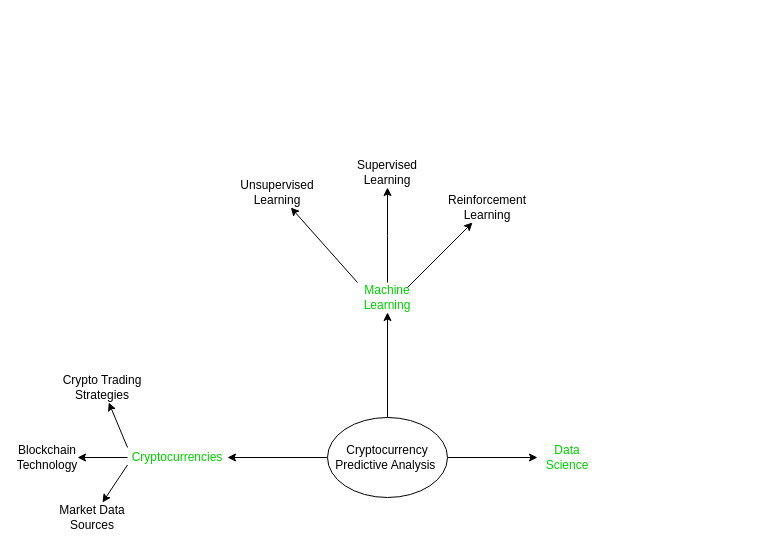
This is Untitled Diagram.drawio from MohamedWardi/Cryptocurrency-Predictive-Analysis, a draw.io file, before an edit. Source tidied: cells renumbered, new cells numbered last; positions are measured from the earlier drawing's top-left corner, leaving out a move shared by most shapes. Both pictures are drawn from the tidied source at 100%, with x=0, y=0 at pixel (17, 157).
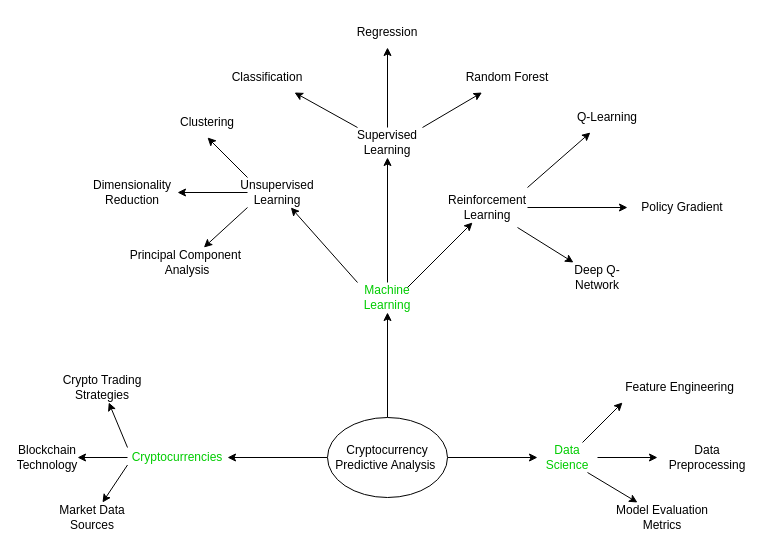
Above is the later version.

Commit message:
Final Research Diagram

The change refers to these unchanged cells:
```xml
<mxCell id="8" value="&lt;font color=&quot;#00cc00&quot;&gt;Data Science&lt;/font&gt;" style="text;html=1;strokeColor=none;fillColor=none;align=center;verticalAlign=middle;whiteSpace=wrap;rounded=0;" parent="1" vertex="1">
  <mxGeometry x="520" y="285" width="60" height="30" as="geometry" />
</mxCell>
<mxCell id="10" value="&lt;font color=&quot;#00cc00&quot;&gt;Machine Learning&lt;/font&gt;" style="text;html=1;strokeColor=none;fillColor=none;align=center;verticalAlign=middle;whiteSpace=wrap;rounded=0;" parent="1" vertex="1">
  <mxGeometry x="340" y="125" width="60" height="30" as="geometry" />
</mxCell>
<mxCell id="13" value="Unsupervised&lt;br&gt;Learning" style="text;html=1;strokeColor=none;fillColor=none;align=center;verticalAlign=middle;whiteSpace=wrap;rounded=0;" parent="1" vertex="1">
  <mxGeometry x="230" y="20" width="60" height="30" as="geometry" />
</mxCell>
```

Change to the diagram source:
```diff
@@
-    <mxCell id="9" style="edgeStyle=orthogonalEdgeStyle;rounded=0;jettySize=auto;html=1;" parent="1" edge="1" source="10">
-      <mxGeometry relative="1" as="geometry">
-        <mxPoint x="370" y="30" as="targetPoint" />
-      </mxGeometry>
+    <mxCell id="9" style="edgeStyle=orthogonalEdgeStyle;rounded=0;jettySize=auto;html=1;entryX=0.5;entryY=1;entryDx=0;entryDy=0;" parent="1" edge="1" source="10" target="11">
+      <mxGeometry relative="1" as="geometry" />
     </mxCell>
@@
-    <mxCell id="11" value="Supervised Learning" style="text;html=1;strokeColor=none;fillColor=none;align=center;verticalAlign=middle;whiteSpace=wrap;rounded=0;" parent="1" vertex="1">
-      <mxGeometry x="340" width="60" height="30" as="geometry" />
-    </mxCell>
@@
+    <mxCell id="21" style="edgeStyle=orthogonalEdgeStyle;rounded=0;jettySize=auto;html=1;exitX=0;exitY=0.5;exitDx=0;exitDy=0;" parent="1" edge="1" source="13" target="24">
+      <mxGeometry relative="1" as="geometry" />
+    </mxCell>
@@
+    <mxCell id="22" style="endArrow=classic;html=1;rounded=0;exitX=0;exitY=0;exitDx=0;exitDy=0;entryX=0.5;entryY=1;entryDx=0;entryDy=0;" parent="1" edge="1" source="13" target="23">
+      <mxGeometry relative="1" as="geometry" />
+    </mxCell>
+    <mxCell id="23" value="Clustering" style="text;html=1;strokeColor=none;fillColor=none;align=center;verticalAlign=middle;whiteSpace=wrap;rounded=0;" parent="1" vertex="1">
+      <mxGeometry x="160" y="-50" width="60" height="30" as="geometry" />
+    </mxCell>
+    <mxCell id="24" value="Dimensionality&lt;br&gt;Reduction" style="text;html=1;strokeColor=none;fillColor=none;align=center;verticalAlign=middle;whiteSpace=wrap;rounded=0;" parent="1" vertex="1">
+      <mxGeometry x="70" y="20" width="90" height="30" as="geometry" />
+    </mxCell>
+    <mxCell id="25" style="endArrow=classic;html=1;rounded=0;exitX=0;exitY=1;exitDx=0;exitDy=0;" parent="1" edge="1" source="13" target="26">
+      <mxGeometry relative="1" as="geometry" />
+    </mxCell>
+    <mxCell id="26" value="Principal Component&amp;nbsp;&lt;br&gt;Analysis" style="text;html=1;strokeColor=none;fillColor=none;align=center;verticalAlign=middle;whiteSpace=wrap;rounded=0;" parent="1" vertex="1">
+      <mxGeometry x="110" y="90" width="120" height="30" as="geometry" />
+    </mxCell>
+    <mxCell id="27" style="endArrow=classic;html=1;rounded=0;" parent="1" edge="1" source="11" target="28">
+      <mxGeometry relative="1" as="geometry" />
+    </mxCell>
+    <mxCell id="28" value="Regression" style="text;html=1;strokeColor=none;fillColor=none;align=center;verticalAlign=middle;whiteSpace=wrap;rounded=0;" parent="1" vertex="1">
+      <mxGeometry x="340" y="-140" width="60" height="30" as="geometry" />
+    </mxCell>
+    <mxCell id="29" style="endArrow=classic;html=1;rounded=0;" parent="1" edge="1" target="31">
+      <mxGeometry relative="1" as="geometry">
+        <mxPoint x="340" y="-30" as="sourcePoint" />
+      </mxGeometry>
+    </mxCell>
+    <mxCell id="30" style="endArrow=classic;html=1;rounded=0;" parent="1" edge="1" target="11">
+      <mxGeometry relative="1" as="geometry">
+        <mxPoint x="370" as="sourcePoint" />
+      </mxGeometry>
+    </mxCell>
+    <mxCell id="11" value="Supervised Learning" style="text;html=1;strokeColor=none;fillColor=none;align=center;verticalAlign=middle;whiteSpace=wrap;rounded=0;" parent="1" vertex="1">
+      <mxGeometry x="340" y="-30" width="60" height="30" as="geometry" />
+    </mxCell>
+    <mxCell id="31" value="Classification" style="text;html=1;strokeColor=none;fillColor=none;align=center;verticalAlign=middle;whiteSpace=wrap;rounded=0;" parent="1" vertex="1">
+      <mxGeometry x="220" y="-95" width="60" height="30" as="geometry" />
+    </mxCell>
+    <mxCell id="32" style="endArrow=classic;html=1;rounded=0;" parent="1" edge="1" target="33">
+      <mxGeometry relative="1" as="geometry">
+        <mxPoint x="405" y="-30" as="sourcePoint" />
+      </mxGeometry>
+    </mxCell>
+    <mxCell id="33" value="Random Forest" style="text;html=1;strokeColor=none;fillColor=none;align=center;verticalAlign=middle;whiteSpace=wrap;rounded=0;" parent="1" vertex="1">
+      <mxGeometry x="430" y="-95" width="120" height="30" as="geometry" />
+    </mxCell>
+    <mxCell id="34" style="endArrow=classic;html=1;rounded=0;" parent="1" edge="1" target="35">
+      <mxGeometry relative="1" as="geometry">
+        <mxPoint x="510" y="50" as="sourcePoint" />
+      </mxGeometry>
+    </mxCell>
+    <mxCell id="35" value="Policy Gradient" style="text;html=1;strokeColor=none;fillColor=none;align=center;verticalAlign=middle;whiteSpace=wrap;rounded=0;" parent="1" vertex="1">
+      <mxGeometry x="610" y="35" width="110" height="30" as="geometry" />
+    </mxCell>
+    <mxCell id="36" style="endArrow=classic;html=1;rounded=0;" parent="1" edge="1" target="37">
+      <mxGeometry relative="1" as="geometry">
+        <mxPoint x="510" y="30" as="sourcePoint" />
+      </mxGeometry>
+    </mxCell>
+    <mxCell id="37" value="Q-Learning" style="text;html=1;strokeColor=none;fillColor=none;align=center;verticalAlign=middle;whiteSpace=wrap;rounded=0;" parent="1" vertex="1">
+      <mxGeometry x="550" y="-55" width="80" height="30" as="geometry" />
+    </mxCell>
+    <mxCell id="38" style="endArrow=classic;html=1;rounded=0;" parent="1" edge="1" target="39">
+      <mxGeometry relative="1" as="geometry">
+        <mxPoint x="500" y="70" as="sourcePoint" />
+      </mxGeometry>
+    </mxCell>
+    <mxCell id="39" value="Deep Q-Network" style="text;html=1;strokeColor=none;fillColor=none;align=center;verticalAlign=middle;whiteSpace=wrap;rounded=0;" parent="1" vertex="1">
+      <mxGeometry x="550" y="105" width="60" height="30" as="geometry" />
+    </mxCell>
+    <mxCell id="40" value="Feature Engineering" style="text;html=1;strokeColor=none;fillColor=none;align=center;verticalAlign=middle;whiteSpace=wrap;rounded=0;" parent="1" vertex="1">
+      <mxGeometry x="605" y="215" width="115" height="30" as="geometry" />
+    </mxCell>
+    <mxCell id="41" style="endArrow=classic;html=1;rounded=0;exitX=1;exitY=0.5;exitDx=0;exitDy=0;" parent="1" edge="1" source="8" target="42">
+      <mxGeometry relative="1" as="geometry" />
+    </mxCell>
+    <mxCell id="42" value="Data Preprocessing" style="text;html=1;strokeColor=none;fillColor=none;align=center;verticalAlign=middle;whiteSpace=wrap;rounded=0;" parent="1" vertex="1">
+      <mxGeometry x="640" y="285" width="100" height="30" as="geometry" />
+    </mxCell>
+    <mxCell id="43" style="endArrow=classic;html=1;rounded=0;" parent="1" edge="1" target="44">
+      <mxGeometry relative="1" as="geometry">
+        <mxPoint x="570" y="315" as="sourcePoint" />
+      </mxGeometry>
+    </mxCell>
+    <mxCell id="44" value="Model Evaluation Metrics" style="text;html=1;strokeColor=none;fillColor=none;align=center;verticalAlign=middle;whiteSpace=wrap;rounded=0;" parent="1" vertex="1">
+      <mxGeometry x="580" y="345" width="130" height="30" as="geometry" />
+    </mxCell>
+    <mxCell id="45" style="endArrow=classic;html=1;rounded=0;entryX=0;entryY=1;entryDx=0;entryDy=0;" parent="1" edge="1" target="40">
+      <mxGeometry relative="1" as="geometry">
+        <mxPoint x="565" y="285" as="sourcePoint" />
+      </mxGeometry>
+    </mxCell>
```
